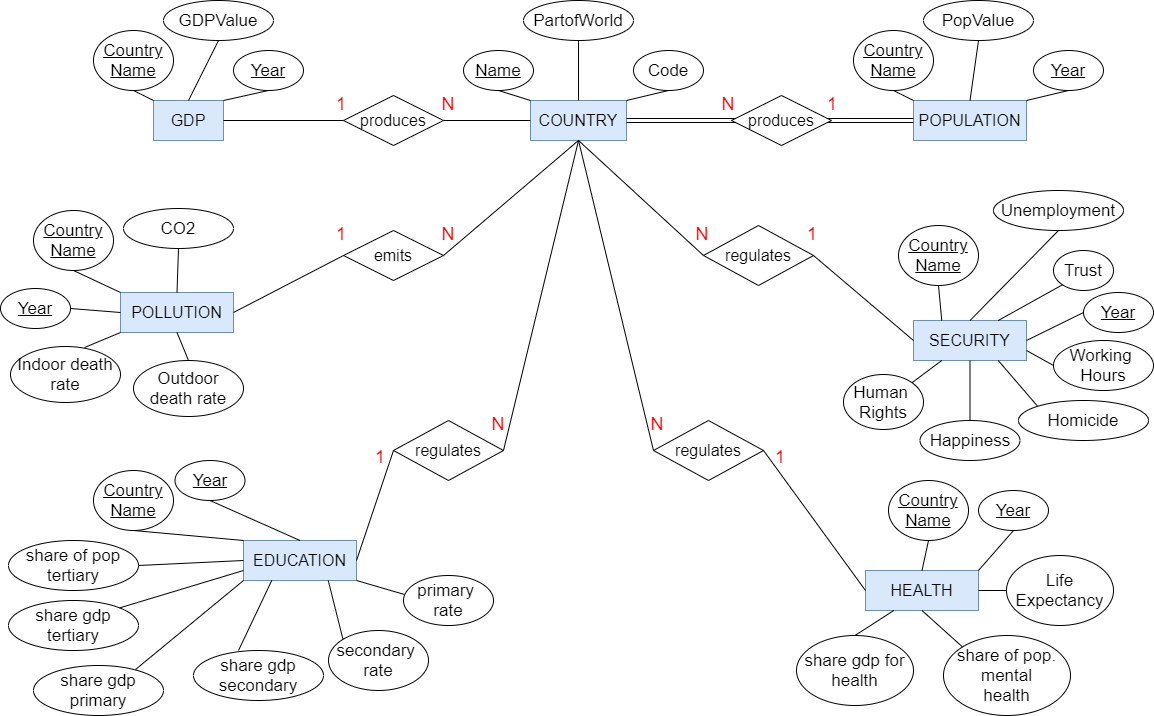
Above: presentation/images/er_updated.png in SaraBonati/dbs_course_project_2021 (draw.io), before the change. Source tidied: cells renumbered, new cells last; positions are measured from the earlier drawing's top-left corner, leaving out a move shared by most shapes.
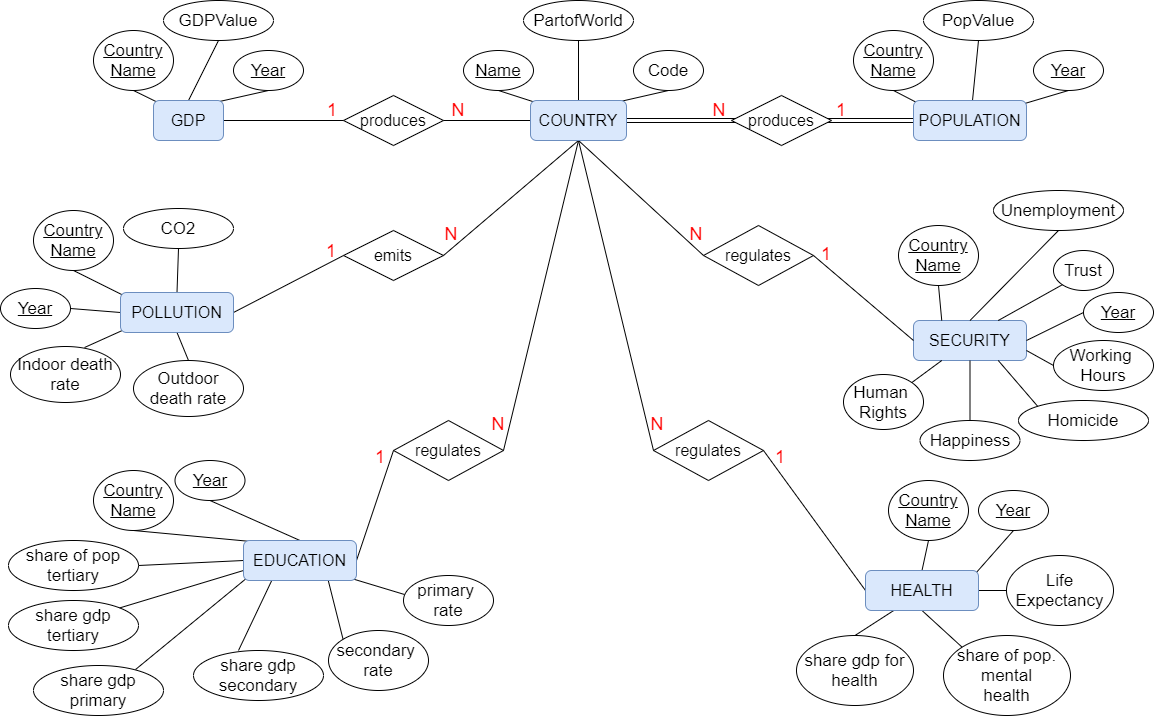
After the commit.

Commit message:
Change style of ER model a bit more

The edit, as a diff of the source:
```diff
@@ -2,9 +2,6 @@
   <root>
     <mxCell id="0" />
     <mxCell id="1" parent="0" />
-    <mxCell id="2" value="&lt;font style=&quot;font-size: 16px&quot;&gt;COUNTRY&lt;/font&gt;" style="whiteSpace=wrap;html=1;fillColor=#dae8fc;strokeColor=#6c8ebf;" parent="1" vertex="1">
-      <mxGeometry x="530" y="100" width="96" height="40" as="geometry" />
-    </mxCell>
     <mxCell id="3" value="&lt;font style=&quot;font-size: 17px&quot;&gt;&lt;u&gt;Name&lt;/u&gt;&lt;/font&gt;" style="ellipse;whiteSpace=wrap;html=1;" parent="1" vertex="1">
       <mxGeometry x="463" y="50" width="70" height="40" as="geometry" />
     </mxCell>
@@ -17,15 +14,12 @@
     <mxCell id="6" style="endArrow=none;html=1;entryX=0.5;entryY=1;entryDx=0;entryDy=0;exitX=0.5;exitY=0;exitDx=0;exitDy=0;" parent="1" edge="1" source="2" target="4">
       <mxGeometry relative="1" as="geometry" />
     </mxCell>
-    <mxCell id="7" style="endArrow=none;html=1;entryX=0.5;entryY=1;entryDx=0;entryDy=0;exitX=0;exitY=0;exitDx=0;exitDy=0;" parent="1" edge="1" source="2" target="3">
+    <mxCell id="7" style="endArrow=none;html=1;entryX=0.5;entryY=1;entryDx=0;entryDy=0;exitX=0.039;exitY=0.038;exitDx=0;exitDy=0;exitPerimeter=0;" parent="1" edge="1" source="2" target="3">
       <mxGeometry relative="1" as="geometry" />
     </mxCell>
-    <mxCell id="8" style="endArrow=none;html=1;entryX=0.5;entryY=1;entryDx=0;entryDy=0;exitX=1;exitY=0;exitDx=0;exitDy=0;" parent="1" edge="1" source="2" target="5">
+    <mxCell id="8" style="endArrow=none;html=1;entryX=0.5;entryY=1;entryDx=0;entryDy=0;exitX=0.955;exitY=0.014;exitDx=0;exitDy=0;exitPerimeter=0;" parent="1" edge="1" source="2" target="5">
       <mxGeometry relative="1" as="geometry" />
     </mxCell>
-    <mxCell id="9" value="&lt;font style=&quot;font-size: 16px&quot;&gt;POPULATION&lt;/font&gt;" style="whiteSpace=wrap;html=1;fillColor=#dae8fc;strokeColor=#6c8ebf;" parent="1" vertex="1">
-      <mxGeometry x="913" y="100" width="113" height="40" as="geometry" />
-    </mxCell>
     <mxCell id="10" value="&lt;font style=&quot;font-size: 17px&quot;&gt;&lt;u&gt;Country Name&lt;/u&gt;&lt;/font&gt;" style="ellipse;whiteSpace=wrap;html=1;" parent="1" vertex="1">
       <mxGeometry x="853" y="30" width="80" height="60" as="geometry" />
     </mxCell>
@@ -35,13 +29,15 @@
     <mxCell id="12" value="&lt;font style=&quot;font-size: 17px&quot;&gt;&lt;u&gt;Year&lt;/u&gt;&lt;/font&gt;" style="ellipse;whiteSpace=wrap;html=1;" parent="1" vertex="1">
       <mxGeometry x="1033" y="50" width="70" height="40" as="geometry" />
     </mxCell>
-    <mxCell id="13" style="endArrow=none;html=1;entryX=0.5;entryY=1;entryDx=0;entryDy=0;exitX=0.5;exitY=0;exitDx=0;exitDy=0;" parent="1" edge="1" source="9" target="11">
-      <mxGeometry relative="1" as="geometry" />
+    <mxCell id="13" style="endArrow=none;html=1;entryX=0.5;entryY=1;entryDx=0;entryDy=0;" parent="1" edge="1" target="11">
+      <mxGeometry relative="1" as="geometry">
+        <mxPoint x="972" y="100" as="sourcePoint" />
+      </mxGeometry>
     </mxCell>
-    <mxCell id="14" style="endArrow=none;html=1;entryX=0.5;entryY=1;entryDx=0;entryDy=0;exitX=0;exitY=0;exitDx=0;exitDy=0;" parent="1" edge="1" source="9" target="10">
+    <mxCell id="14" style="endArrow=none;html=1;entryX=0.5;entryY=1;entryDx=0;entryDy=0;exitX=0.025;exitY=0.046;exitDx=0;exitDy=0;targetPerimeterSpacing=5;exitPerimeter=0;" parent="1" edge="1" source="9" target="10">
       <mxGeometry relative="1" as="geometry" />
     </mxCell>
-    <mxCell id="15" style="endArrow=none;html=1;entryX=0.5;entryY=1;entryDx=0;entryDy=0;exitX=1;exitY=0;exitDx=0;exitDy=0;" parent="1" edge="1" source="9" target="12">
+    <mxCell id="15" style="endArrow=none;html=1;entryX=0.5;entryY=1;entryDx=0;entryDy=0;targetPerimeterSpacing=5;exitX=0.981;exitY=0.078;exitDx=0;exitDy=0;exitPerimeter=0;" parent="1" edge="1" source="9" target="12">
       <mxGeometry relative="1" as="geometry" />
     </mxCell>
     <mxCell id="16" style="endArrow=none;html=1;exitX=1;exitY=0.5;exitDx=0;exitDy=0;entryX=0;entryY=0.5;entryDx=0;entryDy=0;shape=link;" parent="1" edge="1" source="2">
@@ -55,12 +51,12 @@
       </mxGeometry>
     </mxCell>
     <mxCell id="18" value="&lt;font color=&quot;#ff0000&quot; style=&quot;font-size: 18px&quot;&gt;N&lt;/font&gt;" style="text;html=1;strokeColor=none;fillColor=none;align=center;verticalAlign=middle;whiteSpace=wrap;" parent="1" vertex="1">
-      <mxGeometry x="708" y="94" width="40" height="20" as="geometry" />
+      <mxGeometry x="699" y="100" width="40" height="20" as="geometry" />
     </mxCell>
     <mxCell id="19" value="&lt;font color=&quot;#ff0000&quot; style=&quot;font-size: 18px&quot;&gt;1&lt;/font&gt;" style="text;html=1;strokeColor=none;fillColor=none;align=center;verticalAlign=middle;whiteSpace=wrap;" parent="1" vertex="1">
-      <mxGeometry x="812" y="94" width="40" height="20" as="geometry" />
+      <mxGeometry x="821" y="100" width="40" height="20" as="geometry" />
     </mxCell>
-    <mxCell id="20" value="&lt;font style=&quot;font-size: 16px&quot;&gt;SECURITY&lt;/font&gt;" style="whiteSpace=wrap;html=1;fillColor=#dae8fc;strokeColor=#6c8ebf;" parent="1" vertex="1">
+    <mxCell id="20" value="&lt;font style=&quot;font-size: 16px&quot;&gt;SECURITY&lt;/font&gt;" style="whiteSpace=wrap;html=1;fillColor=#dae8fc;strokeColor=#6c8ebf;rounded=1;" parent="1" vertex="1">
       <mxGeometry x="913" y="320" width="113" height="40" as="geometry" />
     </mxCell>
     <mxCell id="21" value="&lt;font style=&quot;font-size: 17px&quot;&gt;&lt;u&gt;Country Name&lt;/u&gt;&lt;/font&gt;" style="ellipse;whiteSpace=wrap;html=1;" parent="1" vertex="1">
@@ -78,9 +74,6 @@
     <mxCell id="25" style="endArrow=none;html=1;entryX=0.5;entryY=1;entryDx=0;entryDy=0;exitX=0.25;exitY=0;exitDx=0;exitDy=0;" parent="1" edge="1" source="20" target="21">
       <mxGeometry relative="1" as="geometry" />
     </mxCell>
-    <mxCell id="26" value="&lt;font style=&quot;font-size: 16px&quot;&gt;HEALTH&lt;/font&gt;" style="whiteSpace=wrap;html=1;fillColor=#dae8fc;strokeColor=#6c8ebf;" parent="1" vertex="1">
-      <mxGeometry x="865" y="570" width="113" height="40" as="geometry" />
-    </mxCell>
     <mxCell id="27" value="&lt;font style=&quot;font-size: 17px&quot;&gt;&lt;u&gt;Country Name&lt;/u&gt;&lt;/font&gt;" style="ellipse;whiteSpace=wrap;html=1;" parent="1" vertex="1">
       <mxGeometry x="888" y="480" width="80" height="60" as="geometry" />
     </mxCell>
@@ -90,12 +83,11 @@
     <mxCell id="29" value="&lt;font style=&quot;font-size: 17px&quot;&gt;&lt;u&gt;Year&lt;/u&gt;&lt;/font&gt;" style="ellipse;whiteSpace=wrap;html=1;" parent="1" vertex="1">
       <mxGeometry x="978" y="490" width="70" height="40" as="geometry" />
     </mxCell>
-    <mxCell id="30" style="endArrow=none;html=1;entryX=0.5;entryY=1;entryDx=0;entryDy=0;exitX=1;exitY=0;exitDx=0;exitDy=0;" parent="1" edge="1" source="26" target="29">
-      <mxGeometry relative="1" as="geometry" />
+    <mxCell id="30" style="endArrow=none;html=1;entryX=0.5;entryY=1;entryDx=0;entryDy=0;targetPerimeterSpacing=5;" parent="1" edge="1" target="29">
+      <mxGeometry relative="1" as="geometry">
+        <mxPoint x="975" y="573" as="sourcePoint" />
+      </mxGeometry>
     </mxCell>
-    <mxCell id="31" value="&lt;font style=&quot;font-size: 16px&quot;&gt;EDUCATION&lt;/font&gt;" style="whiteSpace=wrap;html=1;fillColor=#dae8fc;strokeColor=#6c8ebf;" parent="1" vertex="1">
-      <mxGeometry x="243" y="540" width="113" height="40" as="geometry" />
-    </mxCell>
     <mxCell id="32" value="&lt;font style=&quot;font-size: 17px&quot;&gt;&lt;u&gt;Country Name&lt;/u&gt;&lt;/font&gt;" style="ellipse;whiteSpace=wrap;html=1;" parent="1" vertex="1">
       <mxGeometry x="93" y="470" width="80" height="60" as="geometry" />
     </mxCell>
@@ -105,15 +97,12 @@
     <mxCell id="34" value="&lt;font style=&quot;font-size: 17px&quot;&gt;&lt;u&gt;Year&lt;/u&gt;&lt;/font&gt;" style="ellipse;whiteSpace=wrap;html=1;" parent="1" vertex="1">
       <mxGeometry x="174.5" y="460" width="70" height="40" as="geometry" />
     </mxCell>
-    <mxCell id="35" style="endArrow=none;html=1;entryX=0.5;entryY=1;entryDx=0;entryDy=0;exitX=0;exitY=0;exitDx=0;exitDy=0;" parent="1" edge="1" source="31" target="32">
+    <mxCell id="35" style="endArrow=none;html=1;entryX=0.5;entryY=1;entryDx=0;entryDy=0;targetPerimeterSpacing=5;exitX=0.041;exitY=0.018;exitDx=0;exitDy=0;exitPerimeter=0;" parent="1" edge="1" source="31" target="32">
       <mxGeometry relative="1" as="geometry" />
     </mxCell>
     <mxCell id="36" style="endArrow=none;html=1;entryX=0.5;entryY=1;entryDx=0;entryDy=0;exitX=0.5;exitY=0;exitDx=0;exitDy=0;" parent="1" edge="1" source="31" target="34">
       <mxGeometry relative="1" as="geometry" />
     </mxCell>
-    <mxCell id="37" value="&lt;font style=&quot;font-size: 16px&quot;&gt;POLLUTION&lt;/font&gt;" style="whiteSpace=wrap;html=1;fillColor=#dae8fc;strokeColor=#6c8ebf;" parent="1" vertex="1">
-      <mxGeometry x="120" y="292" width="113" height="40" as="geometry" />
-    </mxCell>
     <mxCell id="38" value="&lt;font style=&quot;font-size: 17px&quot;&gt;&lt;u&gt;Country Name&lt;/u&gt;&lt;/font&gt;" style="ellipse;whiteSpace=wrap;html=1;" parent="1" vertex="1">
       <mxGeometry x="33" y="210" width="80" height="60" as="geometry" />
     </mxCell>
@@ -126,12 +115,9 @@
     <mxCell id="41" style="endArrow=none;html=1;entryX=0.5;entryY=1;entryDx=0;entryDy=0;exitX=0.5;exitY=0;exitDx=0;exitDy=0;" parent="1" edge="1" source="37" target="39">
       <mxGeometry relative="1" as="geometry" />
     </mxCell>
-    <mxCell id="42" style="endArrow=none;html=1;entryX=0.5;entryY=1;entryDx=0;entryDy=0;exitX=0;exitY=0;exitDx=0;exitDy=0;" parent="1" edge="1" source="37" target="38">
+    <mxCell id="42" style="endArrow=none;html=1;entryX=0.5;entryY=1;entryDx=0;entryDy=0;targetPerimeterSpacing=5;sourcePerimeterSpacing=7;exitX=0.022;exitY=0.067;exitDx=0;exitDy=0;exitPerimeter=0;" parent="1" edge="1" source="37" target="38">
       <mxGeometry relative="1" as="geometry" />
     </mxCell>
-    <mxCell id="43" value="&lt;font style=&quot;font-size: 16px&quot;&gt;GDP&lt;/font&gt;" style="whiteSpace=wrap;html=1;fillColor=#dae8fc;strokeColor=#6c8ebf;" parent="1" vertex="1">
-      <mxGeometry x="153" y="100" width="70" height="40" as="geometry" />
-    </mxCell>
     <mxCell id="44" value="&lt;font style=&quot;font-size: 17px&quot;&gt;&lt;u&gt;Country Name&lt;/u&gt;&lt;/font&gt;" style="ellipse;whiteSpace=wrap;html=1;" parent="1" vertex="1">
       <mxGeometry x="93" y="30" width="80" height="60" as="geometry" />
     </mxCell>
@@ -144,10 +130,10 @@
     <mxCell id="47" style="endArrow=none;html=1;entryX=0.5;entryY=1;entryDx=0;entryDy=0;exitX=0.5;exitY=0;exitDx=0;exitDy=0;" parent="1" edge="1" source="43" target="45">
       <mxGeometry relative="1" as="geometry" />
     </mxCell>
-    <mxCell id="48" style="endArrow=none;html=1;entryX=0.5;entryY=1;entryDx=0;entryDy=0;exitX=0;exitY=0;exitDx=0;exitDy=0;" parent="1" edge="1" source="43" target="44">
+    <mxCell id="48" style="endArrow=none;html=1;entryX=0.5;entryY=1;entryDx=0;entryDy=0;exitX=0.038;exitY=0.028;exitDx=0;exitDy=0;exitPerimeter=0;" parent="1" edge="1" source="43" target="44">
       <mxGeometry relative="1" as="geometry" />
     </mxCell>
-    <mxCell id="49" style="endArrow=none;html=1;entryX=0.5;entryY=1;entryDx=0;entryDy=0;exitX=1;exitY=0;exitDx=0;exitDy=0;" parent="1" edge="1" source="43" target="46">
+    <mxCell id="49" style="endArrow=none;html=1;entryX=0.5;entryY=1;entryDx=0;entryDy=0;exitX=0.948;exitY=0.023;exitDx=0;exitDy=0;exitPerimeter=0;" parent="1" edge="1" source="43" target="46">
       <mxGeometry relative="1" as="geometry" />
     </mxCell>
     <mxCell id="50" value="&lt;font style=&quot;font-size: 16px&quot;&gt;produces&lt;/font&gt;" style="rhombus;whiteSpace=wrap;html=1;" parent="1" vertex="1">
@@ -160,10 +146,10 @@
       <mxGeometry relative="1" as="geometry" />
     </mxCell>
     <mxCell id="53" value="&lt;font color=&quot;#ff0000&quot; style=&quot;font-size: 18px&quot;&gt;N&lt;/font&gt;" style="text;html=1;strokeColor=none;fillColor=none;align=center;verticalAlign=middle;whiteSpace=wrap;" parent="1" vertex="1">
-      <mxGeometry x="428" y="94" width="40" height="20" as="geometry" />
+      <mxGeometry x="438" y="100" width="40" height="20" as="geometry" />
     </mxCell>
     <mxCell id="54" value="&lt;font color=&quot;#ff0000&quot; style=&quot;font-size: 18px&quot;&gt;1&lt;/font&gt;" style="text;html=1;strokeColor=none;fillColor=none;align=center;verticalAlign=middle;whiteSpace=wrap;" parent="1" vertex="1">
-      <mxGeometry x="321" y="94" width="40" height="20" as="geometry" />
+      <mxGeometry x="312" y="100" width="40" height="20" as="geometry" />
     </mxCell>
     <mxCell id="55" style="endArrow=none;html=1;entryX=0;entryY=0.5;entryDx=0;entryDy=0;exitX=1;exitY=0.5;exitDx=0;exitDy=0;" parent="1" edge="1" source="40" target="37">
       <mxGeometry relative="1" as="geometry" />
@@ -228,7 +214,7 @@
       <mxGeometry x="133" y="360" width="110" height="56" as="geometry" />
     </mxCell>
     <mxCell id="75" value="&lt;font color=&quot;#ff0000&quot; style=&quot;font-size: 18px&quot;&gt;1&lt;/font&gt;" style="text;html=1;strokeColor=none;fillColor=none;align=center;verticalAlign=middle;whiteSpace=wrap;" parent="1" vertex="1">
-      <mxGeometry x="321" y="224" width="40" height="20" as="geometry" />
+      <mxGeometry x="311" y="241" width="40" height="20" as="geometry" />
     </mxCell>
     <mxCell id="76" value="&lt;font color=&quot;#ff0000&quot; style=&quot;font-size: 18px&quot;&gt;1&lt;/font&gt;" style="text;html=1;strokeColor=none;fillColor=none;align=center;verticalAlign=middle;whiteSpace=wrap;" parent="1" vertex="1">
       <mxGeometry x="360" y="447" width="40" height="20" as="geometry" />
@@ -237,10 +223,10 @@
       <mxGeometry x="760" y="447" width="40" height="20" as="geometry" />
     </mxCell>
     <mxCell id="78" value="&lt;font color=&quot;#ff0000&quot; style=&quot;font-size: 18px&quot;&gt;1&lt;/font&gt;" style="text;html=1;strokeColor=none;fillColor=none;align=center;verticalAlign=middle;whiteSpace=wrap;" parent="1" vertex="1">
-      <mxGeometry x="792" y="224" width="40" height="20" as="geometry" />
+      <mxGeometry x="806" y="244" width="40" height="20" as="geometry" />
     </mxCell>
     <mxCell id="79" value="&lt;font color=&quot;#ff0000&quot; style=&quot;font-size: 18px&quot;&gt;N&lt;/font&gt;" style="text;html=1;strokeColor=none;fillColor=none;align=center;verticalAlign=middle;whiteSpace=wrap;" parent="1" vertex="1">
-      <mxGeometry x="682" y="224" width="40" height="20" as="geometry" />
+      <mxGeometry x="676" y="224" width="40" height="20" as="geometry" />
     </mxCell>
     <mxCell id="80" value="&lt;font color=&quot;#ff0000&quot; style=&quot;font-size: 18px&quot;&gt;N&lt;/font&gt;" style="text;html=1;strokeColor=none;fillColor=none;align=center;verticalAlign=middle;whiteSpace=wrap;" parent="1" vertex="1">
       <mxGeometry x="637" y="413.5" width="40" height="20" as="geometry" />
@@ -249,12 +235,12 @@
       <mxGeometry x="478" y="414" width="40" height="20" as="geometry" />
     </mxCell>
     <mxCell id="82" value="&lt;font color=&quot;#ff0000&quot; style=&quot;font-size: 18px&quot;&gt;N&lt;/font&gt;" style="text;html=1;strokeColor=none;fillColor=none;align=center;verticalAlign=middle;whiteSpace=wrap;" parent="1" vertex="1">
-      <mxGeometry x="428" y="224" width="40" height="20" as="geometry" />
+      <mxGeometry x="431" y="224" width="40" height="20" as="geometry" />
     </mxCell>
     <mxCell id="83" style="endArrow=none;html=1;exitX=0.5;exitY=0;exitDx=0;exitDy=0;entryX=0.5;entryY=1;entryDx=0;entryDy=0;" parent="1" edge="1" source="74" target="37">
       <mxGeometry relative="1" as="geometry" />
     </mxCell>
-    <mxCell id="84" style="endArrow=none;html=1;entryX=0;entryY=1;entryDx=0;entryDy=0;exitX=0.673;exitY=0.018;exitDx=0;exitDy=0;exitPerimeter=0;" parent="1" edge="1" source="73" target="37">
+    <mxCell id="84" style="endArrow=none;html=1;exitX=0.673;exitY=0.018;exitDx=0;exitDy=0;exitPerimeter=0;targetPerimeterSpacing=6;sourcePerimeterSpacing=5;entryX=0.015;entryY=0.951;entryDx=0;entryDy=0;entryPerimeter=0;" parent="1" edge="1" source="73" target="37">
       <mxGeometry relative="1" as="geometry" />
     </mxCell>
     <mxCell id="85" value="&lt;font style=&quot;font-size: 17px&quot;&gt;share gdp&lt;br&gt;tertiary&lt;br&gt;&lt;/font&gt;" style="ellipse;whiteSpace=wrap;html=1;" parent="1" vertex="1">
@@ -281,7 +267,7 @@
     <mxCell id="92" style="endArrow=none;html=1;entryX=0;entryY=0.75;entryDx=0;entryDy=0;exitX=1;exitY=0;exitDx=0;exitDy=0;" parent="1" edge="1" source="85" target="31">
       <mxGeometry relative="1" as="geometry" />
     </mxCell>
-    <mxCell id="93" style="endArrow=none;html=1;entryX=0;entryY=1;entryDx=0;entryDy=0;exitX=0.785;exitY=0.08;exitDx=0;exitDy=0;exitPerimeter=0;" parent="1" edge="1" source="86" target="31">
+    <mxCell id="93" style="endArrow=none;html=1;entryX=0.023;entryY=0.953;entryDx=0;entryDy=0;exitX=0.785;exitY=0.08;exitDx=0;exitDy=0;exitPerimeter=0;targetPerimeterSpacing=5;entryPerimeter=0;" parent="1" edge="1" source="86" target="31">
       <mxGeometry relative="1" as="geometry" />
     </mxCell>
     <mxCell id="94" style="endArrow=none;html=1;entryX=0.25;entryY=1;entryDx=0;entryDy=0;" parent="1" edge="1" target="31">
@@ -292,7 +278,7 @@
     <mxCell id="95" style="endArrow=none;html=1;entryX=0.75;entryY=1;entryDx=0;entryDy=0;exitX=0;exitY=0;exitDx=0;exitDy=0;" parent="1" edge="1" source="89" target="31">
       <mxGeometry relative="1" as="geometry" />
     </mxCell>
-    <mxCell id="96" style="endArrow=none;html=1;exitX=1;exitY=1;exitDx=0;exitDy=0;entryX=0.011;entryY=0.38;entryDx=0;entryDy=0;entryPerimeter=0;" parent="1" edge="1" source="31" target="88">
+    <mxCell id="96" style="endArrow=none;html=1;exitX=0.978;exitY=0.969;exitDx=0;exitDy=0;entryX=0.011;entryY=0.38;entryDx=0;entryDy=0;entryPerimeter=0;targetPerimeterSpacing=5;exitPerimeter=0;" parent="1" edge="1" source="31" target="88">
       <mxGeometry relative="1" as="geometry" />
     </mxCell>
     <mxCell id="97" style="endArrow=none;html=1;entryX=1;entryY=0.5;entryDx=0;entryDy=0;exitX=0;exitY=0.5;exitDx=0;exitDy=0;" parent="1" edge="1" source="26" target="65">
@@ -331,5 +317,23 @@
     <mxCell id="108" value="&lt;font style=&quot;font-size: 16px&quot;&gt;produces&lt;/font&gt;" style="rhombus;whiteSpace=wrap;html=1;" parent="1" vertex="1">
       <mxGeometry x="731" y="95" width="100" height="50" as="geometry" />
     </mxCell>
+    <mxCell id="43" value="&lt;font style=&quot;font-size: 16px&quot;&gt;GDP&lt;/font&gt;" style="whiteSpace=wrap;html=1;fillColor=#dae8fc;strokeColor=#6c8ebf;rounded=1;" parent="1" vertex="1">
+      <mxGeometry x="153" y="100" width="70" height="40" as="geometry" />
+    </mxCell>
+    <mxCell id="2" value="&lt;font style=&quot;font-size: 16px&quot;&gt;COUNTRY&lt;/font&gt;" style="whiteSpace=wrap;html=1;fillColor=#dae8fc;strokeColor=#6c8ebf;rounded=1;" parent="1" vertex="1">
+      <mxGeometry x="530" y="100" width="96" height="40" as="geometry" />
+    </mxCell>
+    <mxCell id="9" value="&lt;font style=&quot;font-size: 16px&quot;&gt;POPULATION&lt;/font&gt;" style="whiteSpace=wrap;html=1;fillColor=#dae8fc;strokeColor=#6c8ebf;rounded=1;" parent="1" vertex="1">
+      <mxGeometry x="913" y="100" width="113" height="40" as="geometry" />
+    </mxCell>
+    <mxCell id="26" value="&lt;font style=&quot;font-size: 16px&quot;&gt;HEALTH&lt;/font&gt;" style="whiteSpace=wrap;html=1;fillColor=#dae8fc;strokeColor=#6c8ebf;rounded=1;" parent="1" vertex="1">
+      <mxGeometry x="865" y="570" width="113" height="40" as="geometry" />
+    </mxCell>
+    <mxCell id="31" value="&lt;font style=&quot;font-size: 16px&quot;&gt;EDUCATION&lt;/font&gt;" style="whiteSpace=wrap;html=1;fillColor=#dae8fc;strokeColor=#6c8ebf;rounded=1;" parent="1" vertex="1">
+      <mxGeometry x="243" y="540" width="113" height="40" as="geometry" />
+    </mxCell>
+    <mxCell id="37" value="&lt;font style=&quot;font-size: 16px&quot;&gt;POLLUTION&lt;/font&gt;" style="whiteSpace=wrap;html=1;fillColor=#dae8fc;strokeColor=#6c8ebf;rounded=1;" parent="1" vertex="1">
+      <mxGeometry x="120" y="292" width="113" height="40" as="geometry" />
+    </mxCell>
   </root>
 </mxGraphModel>
```
